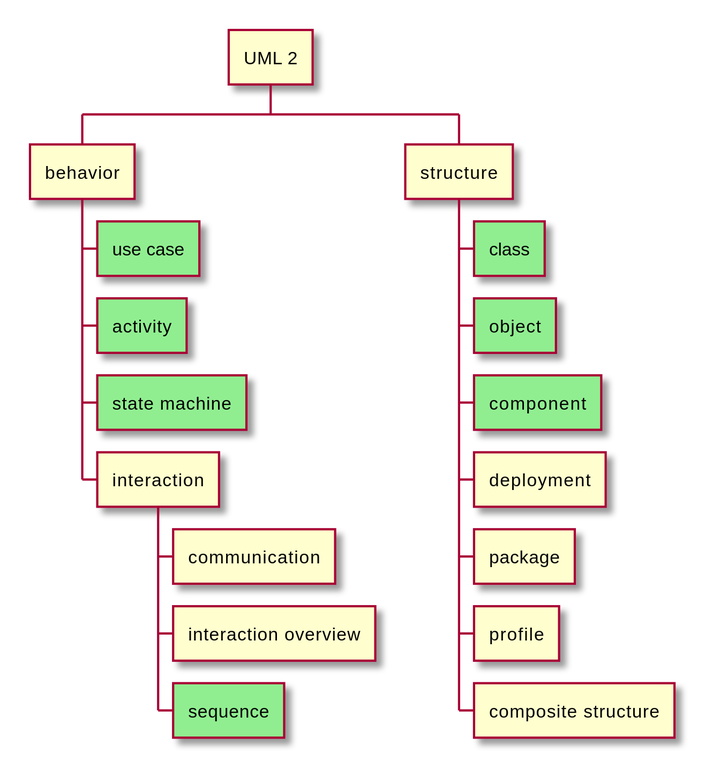
Earlier version of the PlantUML export lectures/figures/uml/diagrams.svg (pintergreg/software-engineering).
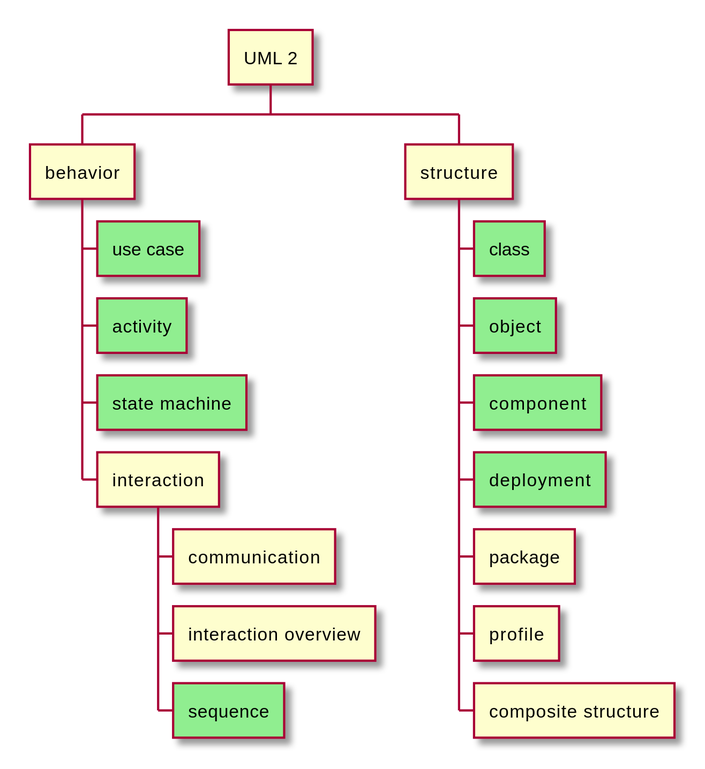
Later version of the same file.

Commit message:
Add deployment diagram GH-71

Diff of the diagram source:
```diff
@@ -15,7 +15,7 @@
 +++[#LightGreen] class
 +++[#LightGreen] object
 +++[#LightGreen] component
-+++ deployment
++++[#LightGreen] deployment
 +++ package
 +++ profile
 +++ composite structure
```
